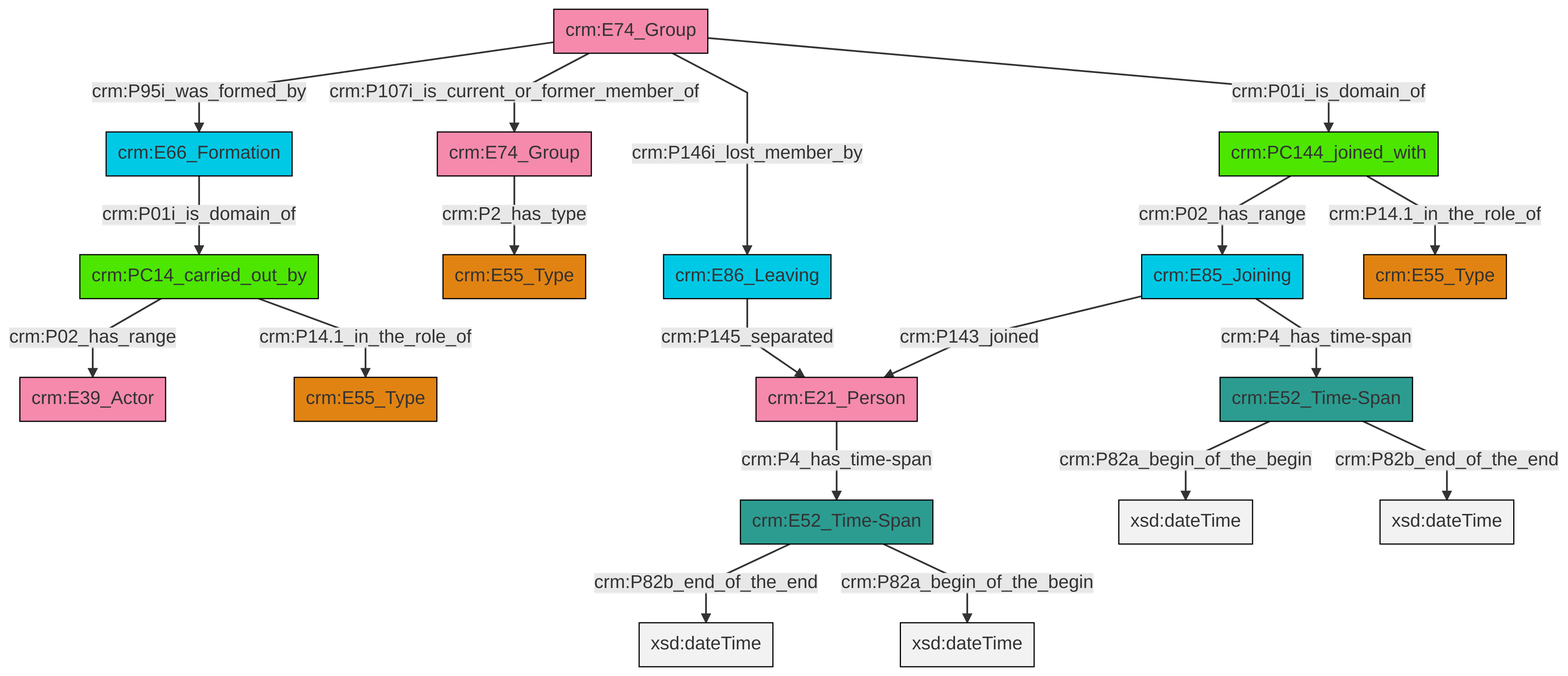
swiss-art-research-net/reference-data-models keeps this Mermaid diagram as et/groupCSV/ttl/mmd/png/group_actor_relations.png. Above is the earlier version. Its source is kept beside it as et/groupCSV/ttl/mmd/group_actor_relations.ttl.mmd.
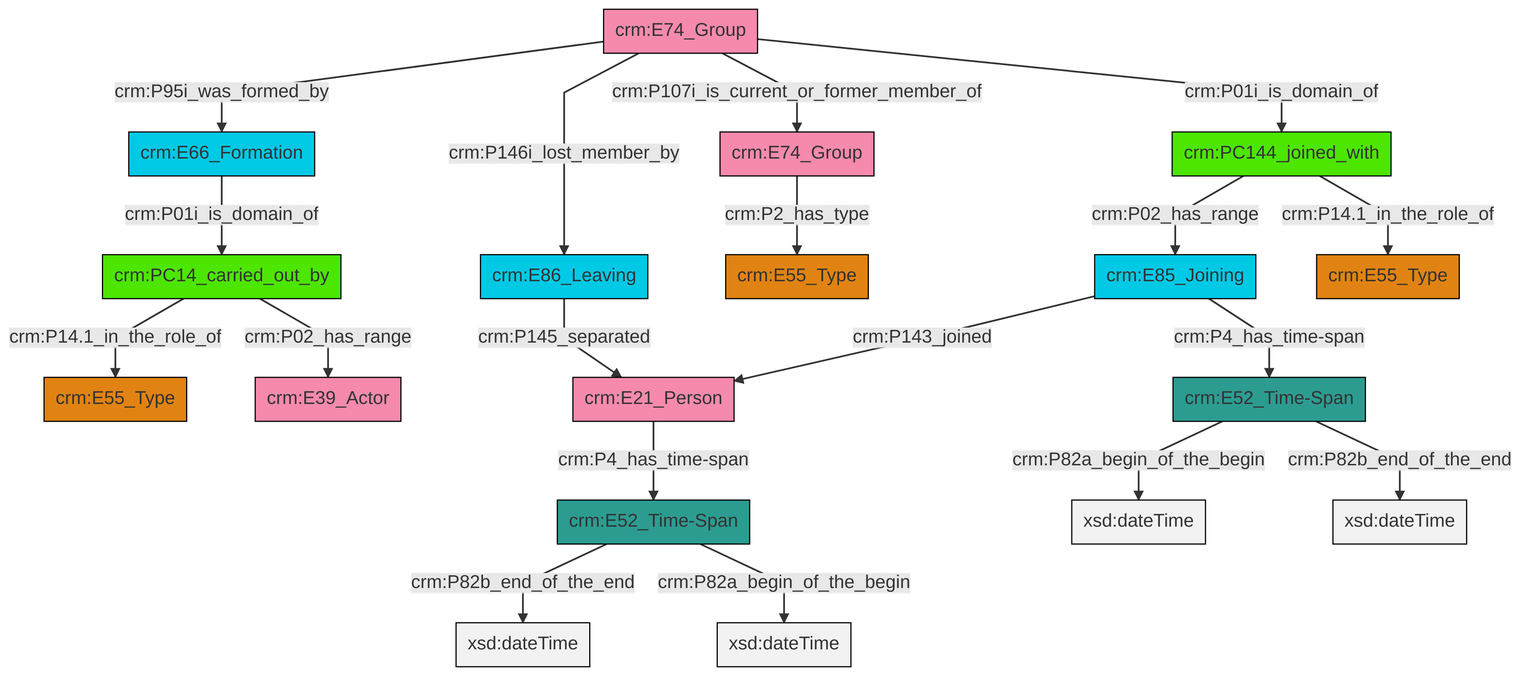
The same diagram one commit later.

What changed in the source:
```diff
@@ -13,21 +13,21 @@
 classDef PC_Classes fill:#4ce600, stroke:#000000;
 classDef Multi fill:#cccccc,stroke:#000000;
 
-0["crm:PC144_joined_with"]:::PC_Classes -->|crm:P02_has_range| 1["crm:E85_Joining"]:::Temporal_Entity
-1["crm:E85_Joining"]:::Temporal_Entity -->|crm:P143_joined| 4["crm:E21_Person"]:::Actor
-7["crm:E74_Group"]:::Actor -->|crm:P95i_was_formed_by| 8["crm:E66_Formation"]:::Temporal_Entity
-9["crm:PC14_carried_out_by"]:::PC_Classes -->|crm:P02_has_range| 10["crm:E39_Actor"]:::Actor
-12["crm:E74_Group"]:::Actor -->|crm:P2_has_type| 5["crm:E55_Type"]:::Type
-2["crm:E52_Time-Span"]:::Time-Span -->|crm:P82a_begin_of_the_begin| 13[xsd:dateTime]:::Literal
-7["crm:E74_Group"]:::Actor -->|crm:P107i_is_current_or_former_member_of| 12["crm:E74_Group"]:::Actor
-16["crm:E52_Time-Span"]:::Time-Span -->|crm:P82b_end_of_the_end| 17[xsd:dateTime]:::Literal
-7["crm:E74_Group"]:::Actor -->|crm:P146i_lost_member_by| 14["crm:E86_Leaving"]:::Temporal_Entity
-8["crm:E66_Formation"]:::Temporal_Entity -->|crm:P01i_is_domain_of| 9["crm:PC14_carried_out_by"]:::PC_Classes
-0["crm:PC144_joined_with"]:::PC_Classes -->|crm:P14.1_in_the_role_of| 23["crm:E55_Type"]:::Type
-14["crm:E86_Leaving"]:::Temporal_Entity -->|crm:P145_separated| 4["crm:E21_Person"]:::Actor
-7["crm:E74_Group"]:::Actor -->|crm:P01i_is_domain_of| 0["crm:PC144_joined_with"]:::PC_Classes
-2["crm:E52_Time-Span"]:::Time-Span -->|crm:P82b_end_of_the_end| 26[xsd:dateTime]:::Literal
-4["crm:E21_Person"]:::Actor -->|crm:P4_has_time-span| 16["crm:E52_Time-Span"]:::Time-Span
-16["crm:E52_Time-Span"]:::Time-Span -->|crm:P82a_begin_of_the_begin| 33[xsd:dateTime]:::Literal
-9["crm:PC14_carried_out_by"]:::PC_Classes -->|crm:P14.1_in_the_role_of| 20["crm:E55_Type"]:::Type
-1["crm:E85_Joining"]:::Temporal_Entity -->|crm:P4_has_time-span| 2["crm:E52_Time-Span"]:::Time-Span
+2["crm:E86_Leaving"]:::Temporal_Entity -->|crm:P145_separated| 3["crm:E21_Person"]:::Actor
+0["crm:E74_Group"]:::Actor -->|crm:P95i_was_formed_by| 16["crm:E66_Formation"]:::Temporal_Entity
+16["crm:E66_Formation"]:::Temporal_Entity -->|crm:P01i_is_domain_of| 19["crm:PC14_carried_out_by"]:::PC_Classes
+19["crm:PC14_carried_out_by"]:::PC_Classes -->|crm:P14.1_in_the_role_of| 20["crm:E55_Type"]:::Type
+6["crm:E52_Time-Span"]:::Time-Span -->|crm:P82a_begin_of_the_begin| 23[xsd:dateTime]:::Literal
+6["crm:E52_Time-Span"]:::Time-Span -->|crm:P82b_end_of_the_end| 24[xsd:dateTime]:::Literal
+0["crm:E74_Group"]:::Actor -->|crm:P146i_lost_member_by| 2["crm:E86_Leaving"]:::Temporal_Entity
+25["crm:E52_Time-Span"]:::Time-Span -->|crm:P82b_end_of_the_end| 26[xsd:dateTime]:::Literal
+8["crm:PC144_joined_with"]:::PC_Classes -->|crm:P02_has_range| 10["crm:E85_Joining"]:::Temporal_Entity
+10["crm:E85_Joining"]:::Temporal_Entity -->|crm:P143_joined| 3["crm:E21_Person"]:::Actor
+19["crm:PC14_carried_out_by"]:::PC_Classes -->|crm:P02_has_range| 29["crm:E39_Actor"]:::Actor
+0["crm:E74_Group"]:::Actor -->|crm:P107i_is_current_or_former_member_of| 12["crm:E74_Group"]:::Actor
+25["crm:E52_Time-Span"]:::Time-Span -->|crm:P82a_begin_of_the_begin| 30[xsd:dateTime]:::Literal
+12["crm:E74_Group"]:::Actor -->|crm:P2_has_type| 14["crm:E55_Type"]:::Type
+10["crm:E85_Joining"]:::Temporal_Entity -->|crm:P4_has_time-span| 6["crm:E52_Time-Span"]:::Time-Span
+0["crm:E74_Group"]:::Actor -->|crm:P01i_is_domain_of| 8["crm:PC144_joined_with"]:::PC_Classes
+3["crm:E21_Person"]:::Actor -->|crm:P4_has_time-span| 25["crm:E52_Time-Span"]:::Time-Span
+8["crm:PC144_joined_with"]:::PC_Classes -->|crm:P14.1_in_the_role_of| 4["crm:E55_Type"]:::Type
```
